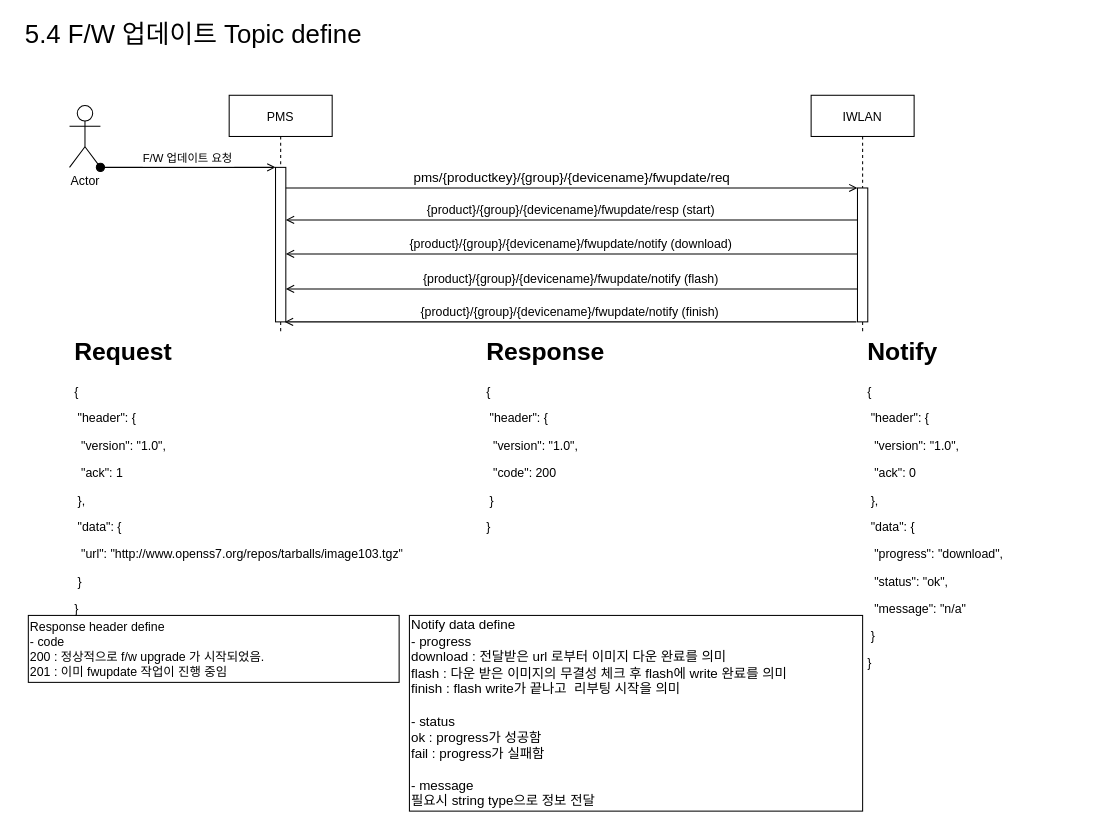
carnavi-jskim/draw.io keeps this draw.io diagram as page "5.4 F/W 업데이트 Topic define" (2 of 2) of s-project-ota.drawio. Above is the earlier version. Source tidied: cells renumbered, new cells numbered last; positions are measured from the earlier drawing's top-left corner, leaving out a move shared by most shapes. Both pictures are drawn from the tidied source at 103%, with x=0, y=0 at pixel (18, 23).
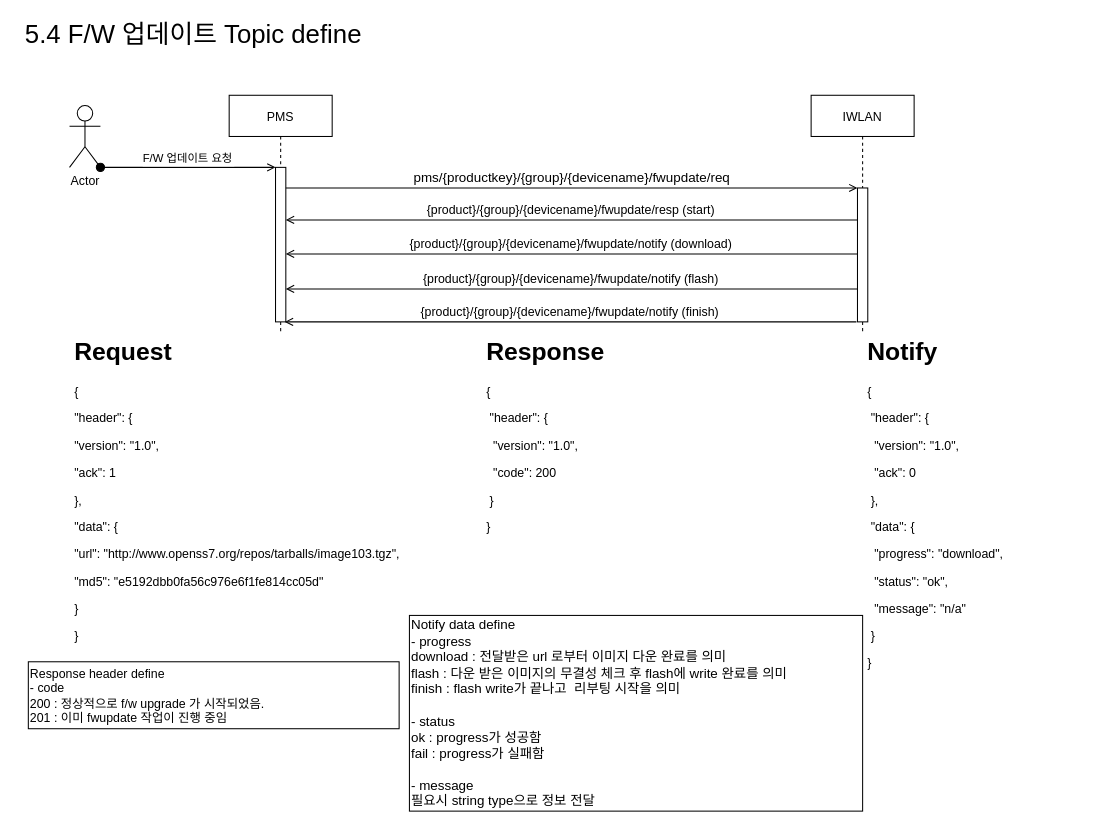
Above is the later version.

What changed in the source:
```diff
@@
-    <mxCell id="11" value="&lt;h1&gt;Request&lt;/h1&gt;&lt;p&gt;{&lt;/p&gt;&lt;p&gt;&lt;span&gt;&lt;span style=&quot;white-space: pre&quot;&gt; &lt;/span&gt;&quot;header&quot;: {&lt;/span&gt;&lt;/p&gt;&lt;p&gt;&lt;span&gt;&lt;span style=&quot;white-space: pre&quot;&gt; &lt;/span&gt;&lt;span style=&quot;white-space: pre&quot;&gt; &lt;/span&gt;&quot;version&quot;: &quot;1.0&quot;,&lt;/span&gt;&lt;/p&gt;&lt;p&gt;&lt;span&gt;&lt;span style=&quot;white-space: pre&quot;&gt; &lt;/span&gt;&lt;span style=&quot;white-space: pre&quot;&gt; &lt;/span&gt;&quot;ack&quot;: 1&lt;/span&gt;&lt;/p&gt;&lt;p&gt;&lt;span&gt;&lt;span style=&quot;white-space: pre&quot;&gt; &lt;/span&gt;},&lt;/span&gt;&lt;/p&gt;&lt;p&gt;&lt;span&gt;&lt;span style=&quot;white-space: pre&quot;&gt; &lt;/span&gt;&quot;data&quot;: {&lt;/span&gt;&lt;/p&gt;&lt;p&gt;&lt;span&gt;&lt;span style=&quot;white-space: pre&quot;&gt; &lt;/span&gt;&lt;span style=&quot;white-space: pre&quot;&gt; &lt;/span&gt;&quot;url&quot;: &quot;http://www.openss7.org/repos/tarballs/image103.tgz&quot;&lt;/span&gt;&lt;/p&gt;&lt;p&gt;&lt;span&gt;&lt;span style=&quot;white-space: pre&quot;&gt; &lt;/span&gt;}&lt;/span&gt;&lt;/p&gt;&lt;p&gt;&lt;span&gt;}&lt;/span&gt;&lt;/p&gt;" style="text;html=1;strokeColor=none;fillColor=none;spacing=5;spacingTop=-20;whiteSpace=wrap;overflow=hidden;rounded=0;fontSize=12;" parent="1" vertex="1">
-      <mxGeometry x="50" y="300" width="380" height="286" as="geometry" />
+    <mxCell id="11" value="&lt;h1&gt;Request&lt;/h1&gt;&lt;p&gt;{&lt;/p&gt;&lt;p&gt;&lt;span&gt;&lt;span&gt; &lt;/span&gt;&quot;header&quot;: {&lt;/span&gt;&lt;/p&gt;&lt;p&gt;&lt;span&gt;&lt;span&gt; &lt;/span&gt;&lt;span&gt; &lt;/span&gt;&quot;version&quot;: &quot;1.0&quot;,&lt;/span&gt;&lt;/p&gt;&lt;p&gt;&lt;span&gt;&lt;span&gt; &lt;/span&gt;&lt;span&gt; &lt;/span&gt;&quot;ack&quot;: 1&lt;/span&gt;&lt;/p&gt;&lt;p&gt;&lt;span&gt;&lt;span&gt; &lt;/span&gt;},&lt;/span&gt;&lt;/p&gt;&lt;p&gt;&lt;span&gt;&lt;span&gt; &lt;/span&gt;&quot;data&quot;: {&lt;/span&gt;&lt;/p&gt;&lt;p&gt;&lt;span&gt;&lt;span&gt; &lt;/span&gt;&lt;span&gt; &lt;/span&gt;&quot;url&quot;: &quot;http://www.openss7.org/repos/tarballs/image103.tgz&quot;,&lt;/span&gt;&lt;/p&gt;&lt;p&gt;&lt;span&gt;&quot;md5&quot;: &quot;e5192dbb0fa56c976e6f1fe814cc05d&lt;/span&gt;&lt;span&gt;&quot;&lt;/span&gt;&lt;/p&gt;&lt;p&gt;&lt;span&gt;&lt;span&gt; &lt;/span&gt;}&lt;/span&gt;&lt;/p&gt;&lt;p&gt;&lt;span&gt;}&lt;/span&gt;&lt;/p&gt;" style="text;html=1;strokeColor=none;fillColor=none;spacing=5;spacingTop=-20;whiteSpace=wrap;overflow=hidden;rounded=0;fontSize=12;" parent="1" vertex="1">
+      <mxGeometry x="50" y="300" width="370" height="320" as="geometry" />
     </mxCell>
@@
     <mxCell id="18" value="Response header define&lt;br&gt;- code&lt;br&gt;200 : 정상적으로 f/w upgrade 가 시작되었음.&lt;br&gt;201 : 이미 fwupdate 작업이 진행 중임" style="rounded=0;whiteSpace=wrap;html=1;align=left;" parent="1" vertex="1">
-      <mxGeometry x="10" y="575" width="360" height="65" as="geometry" />
+      <mxGeometry x="10" y="620" width="360" height="65" as="geometry" />
     </mxCell>
```
